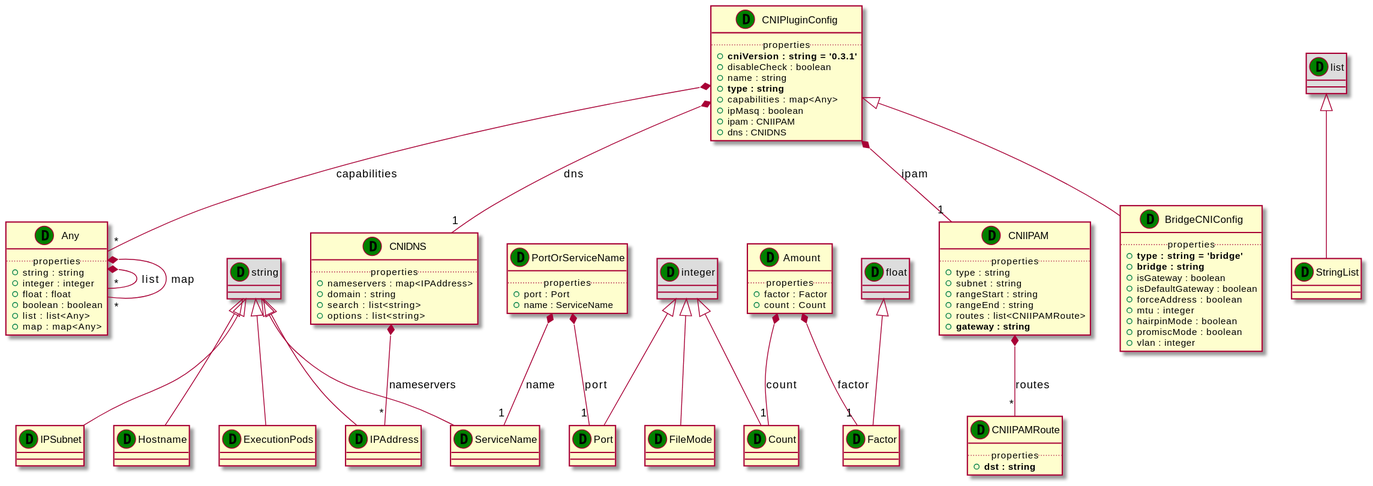
Before: examples/Turandot/diagrams/uml2/main-assets-tosca-profiles-kubernetes-1.0-_data-uml2-class-diagram.svg, a diagram exported from PlantUML (Orange-OpenSource/Cloudnet-TOSCA-toolbox). The source it was exported from:
```plantuml
@startuml
set namespaceSeparator none
class "Any" as Any_DT << (D,green) >> {
.. properties ..
+string : string
+integer : integer
+float : float
+boolean : boolean
+list : list<Any>
+map : map<Any>
}
class "list" as list_DT << (D,green) >> #DDDDDD
class "StringList" as StringList_DT << (D,green) >> {
}
class "integer" as integer_DT << (D,green) >> #DDDDDD
class "Count" as Count_DT << (D,green) >> {
}
class "float" as float_DT << (D,green) >> #DDDDDD
class "Factor" as Factor_DT << (D,green) >> {
}
class "Amount" as Amount_DT << (D,green) >> {
.. properties ..
+factor : Factor
+count : Count
}
class "string" as string_DT << (D,green) >> #DDDDDD
class "IPAddress" as IPAddress_DT << (D,green) >> {
}
class "string" as string_DT << (D,green) >> #DDDDDD
class "IPSubnet" as IPSubnet_DT << (D,green) >> {
}
class "integer" as integer_DT << (D,green) >> #DDDDDD
class "Port" as Port_DT << (D,green) >> {
}
class "string" as string_DT << (D,green) >> #DDDDDD
class "ServiceName" as ServiceName_DT << (D,green) >> {
}
class "PortOrServiceName" as PortOrServiceName_DT << (D,green) >> {
.. properties ..
+port : Port
+name : ServiceName
}
class "string" as string_DT << (D,green) >> #DDDDDD
class "Hostname" as Hostname_DT << (D,green) >> {
}
class "integer" as integer_DT << (D,green) >> #DDDDDD
class "FileMode" as FileMode_DT << (D,green) >> {
}
class "string" as string_DT << (D,green) >> #DDDDDD
class "ExecutionPods" as ExecutionPods_DT << (D,green) >> {
}
class "CNIPluginConfig" as CNIPluginConfig_DT << (D,green) >> {
.. properties ..
+<b>cniVersion : string = '0.3.1'
+disableCheck : boolean
+name : string
+<b>type : string
+capabilities : map<Any>
+ipMasq : boolean
+ipam : CNIIPAM
+dns : CNIDNS
}
class "CNIDNS" as CNIDNS_DT << (D,green) >> {
.. properties ..
+nameservers : map<IPAddress>
+domain : string
+search : list<string>
+options : list<string>
}
class "CNIIPAM" as CNIIPAM_DT << (D,green) >> {
.. properties ..
+type : string
+subnet : string
+rangeStart : string
+rangeEnd : string
+routes : list<CNIIPAMRoute>
+<b>gateway : string
}
class "CNIIPAMRoute" as CNIIPAMRoute_DT << (D,green) >> {
.. properties ..
+<b>dst : string
}
class "BridgeCNIConfig" as BridgeCNIConfig_DT << (D,green) >> {
.. properties ..
+<b>type : string = 'bridge'
+<b>bridge : string
+isGateway : boolean
+isDefaultGateway : boolean
+forceAddress : boolean
+mtu : integer
+hairpinMode : boolean
+promiscMode : boolean
+vlan : integer
}
Any_DT *-- "*" Any_DT : list
Any_DT *-- "*" Any_DT : map
list_DT <|-- StringList_DT
integer_DT <|-- Count_DT
float_DT <|-- Factor_DT
Amount_DT *-- "1" Factor_DT : factor
Amount_DT *-- "1" Count_DT : count
string_DT <|-- IPAddress_DT
string_DT <|-- IPSubnet_DT
integer_DT <|-- Port_DT
string_DT <|-- ServiceName_DT
PortOrServiceName_DT *-- "1" Port_DT : port
PortOrServiceName_DT *-- "1" ServiceName_DT : name
string_DT <|-- Hostname_DT
integer_DT <|-- FileMode_DT
string_DT <|-- ExecutionPods_DT
CNIPluginConfig_DT *-- "*" Any_DT : capabilities
CNIPluginConfig_DT *-- "1" CNIIPAM_DT : ipam
CNIPluginConfig_DT *-- "1" CNIDNS_DT : dns
CNIDNS_DT *-- "*" IPAddress_DT : nameservers
CNIIPAM_DT *-- "*" CNIIPAMRoute_DT : routes
CNIPluginConfig_DT <|-- BridgeCNIConfig_DT
@enduml
```
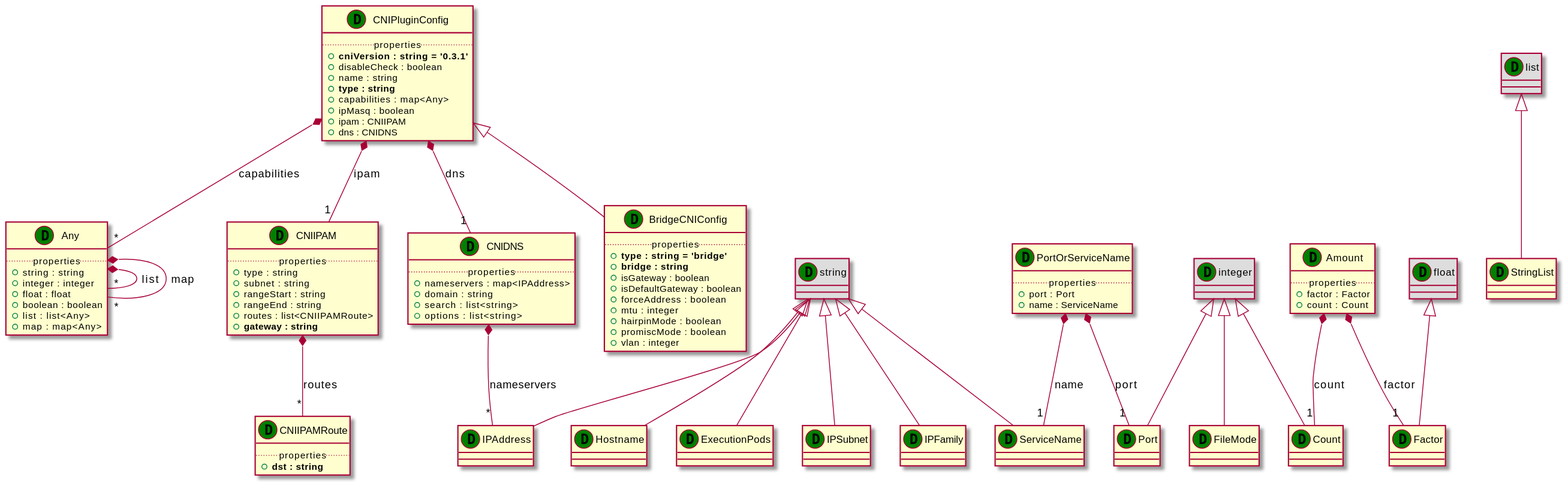
After the commit.

Diff of the diagram source:
```diff
@@ -28,6 +28,9 @@
 }
 class "string" as string_DT << (D,green) >> #DDDDDD
 class "IPSubnet" as IPSubnet_DT << (D,green) >> {
+}
+class "string" as string_DT << (D,green) >> #DDDDDD
+class "IPFamily" as IPFamily_DT << (D,green) >> {
 }
 class "integer" as integer_DT << (D,green) >> #DDDDDD
 class "Port" as Port_DT << (D,green) >> {
@@ -101,6 +104,7 @@
 Amount_DT *-- "1" Count_DT : count
 string_DT <|-- IPAddress_DT
 string_DT <|-- IPSubnet_DT
+string_DT <|-- IPFamily_DT
 integer_DT <|-- Port_DT
 string_DT <|-- ServiceName_DT
 PortOrServiceName_DT *-- "1" Port_DT : port
```
